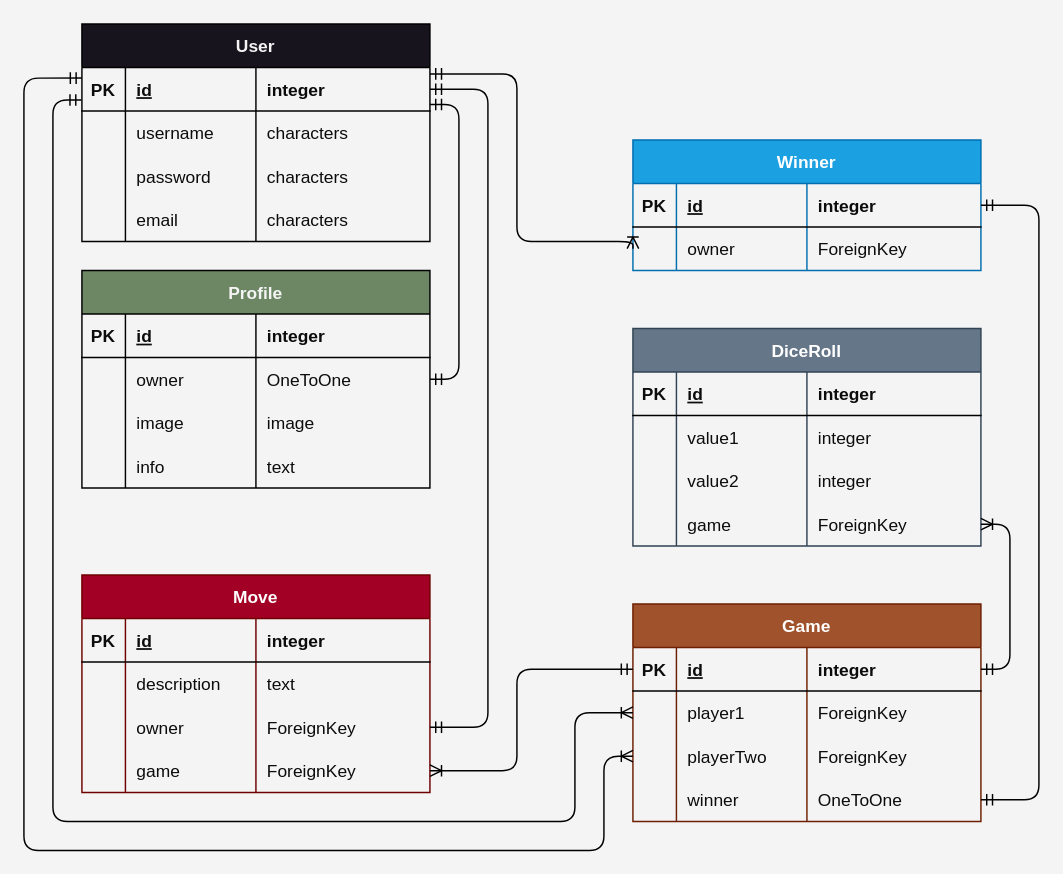
Above: docs/assets/erd.drawio in DaveyJH/backgammon-back-end (draw.io), before the change. Source tidied: cells renumbered, new cells numbered last; positions are measured from the earlier drawing's top-left corner, leaving out a move shared by most shapes. Both pictures are drawn from the tidied source at 145%, with x=0, y=0 at pixel (23, 23).
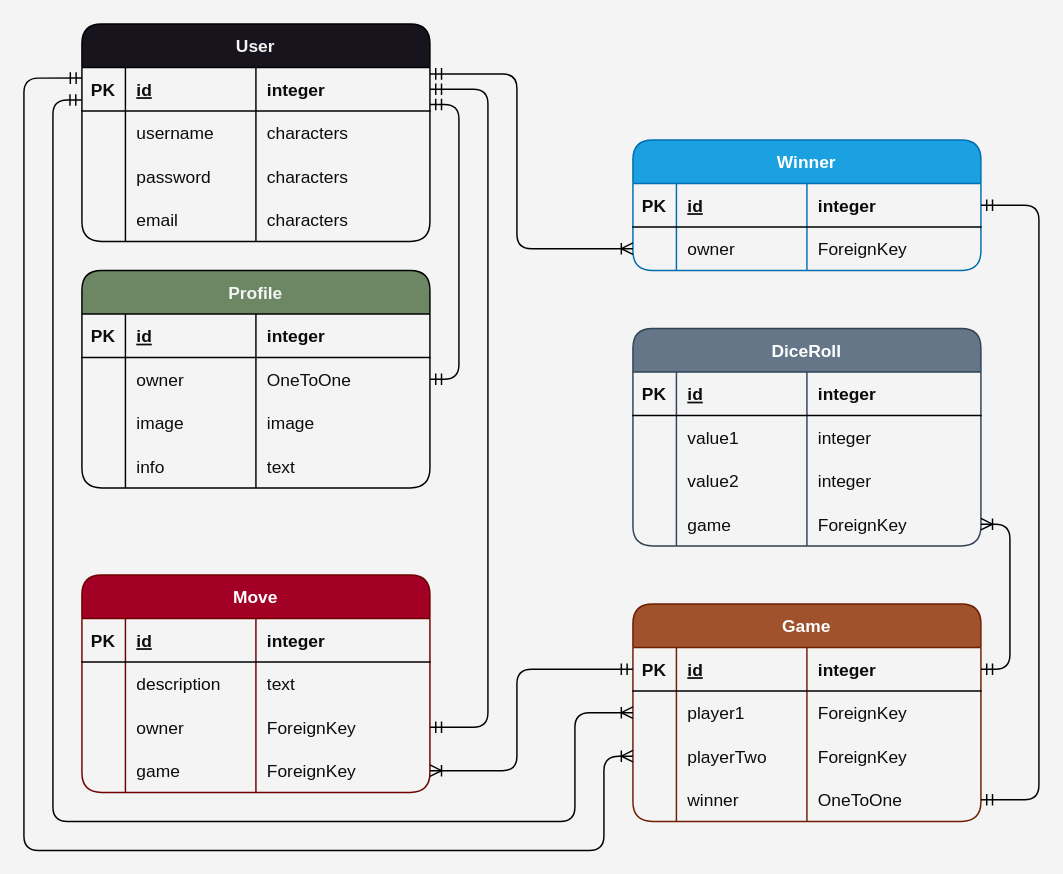
After the change.

Unchanged cells that the change refers to:
```xml
<mxCell id="21" style="shape=tableRow;horizontal=0;startSize=0;swimlaneHead=0;swimlaneBody=0;fillColor=none;points=[[0,0.5],[1,0.5]];portConstraint=eastwest;top=0;left=0;right=0;bottom=1;strokeColor=#000000;fontColor=#0d0c0c;labelBackgroundColor=none;" parent="20" vertex="1">
  <mxGeometry y="30" width="240" height="30" as="geometry" />
</mxCell>
<mxCell id="59" style="shape=tableRow;horizontal=0;startSize=0;swimlaneHead=0;swimlaneBody=0;fillColor=none;points=[[0,0.5],[1,0.5]];portConstraint=eastwest;top=0;left=0;right=0;bottom=0;strokeColor=#000000;fontColor=#0d0c0c;labelBackgroundColor=none;" parent="54" vertex="1">
  <mxGeometry y="60" width="240" height="30" as="geometry" />
</mxCell>
```

Diff of the diagram source:
```diff
@@
-    <mxCell id="3" value="Profile" style="shape=table;startSize=30;childLayout=tableLayout;rowLines=0;fontStyle=1;align=center;fillColor=#6d8764;fontColor=#F4F4F4;strokeColor=#000000;labelBackgroundColor=none;" parent="1" vertex="1">
+    <mxCell id="3" value="Profile" style="shape=table;startSize=30;childLayout=tableLayout;rowLines=0;fontStyle=1;align=center;fillColor=#6d8764;fontColor=#F4F4F4;strokeColor=#000000;labelBackgroundColor=none;rounded=1;" parent="1" vertex="1">
       <mxGeometry x="40" y="170" width="240" height="150" as="geometry" />
     </mxCell>
@@
-    <mxCell id="20" value="User" style="shape=table;startSize=30;childLayout=tableLayout;rowLines=0;fontStyle=1;align=center;labelBackgroundColor=none;strokeColor=#000000;fillColor=#18141D;fontColor=#F4F4F4;" parent="1" vertex="1">
+    <mxCell id="20" value="User" style="shape=table;startSize=30;childLayout=tableLayout;rowLines=0;fontStyle=1;align=center;labelBackgroundColor=none;strokeColor=#000000;fillColor=#18141D;fontColor=#F4F4F4;rounded=1;" parent="1" vertex="1">
       <mxGeometry x="40" width="240" height="150" as="geometry" />
     </mxCell>
@@
-    <mxCell id="37" value="DiceRoll" style="shape=table;startSize=30;childLayout=tableLayout;rowLines=0;fontStyle=1;align=center;strokeColor=#314354;labelBackgroundColor=none;fillColor=#647687;fontColor=#ffffff;" parent="1" vertex="1">
+    <mxCell id="37" value="DiceRoll" style="shape=table;startSize=30;childLayout=tableLayout;rowLines=0;fontStyle=1;align=center;strokeColor=#314354;labelBackgroundColor=none;fillColor=#647687;fontColor=#ffffff;perimeterSpacing=0;rounded=1;" parent="1" vertex="1">
       <mxGeometry x="420" y="210" width="240" height="150" as="geometry" />
     </mxCell>
@@
-    <mxCell id="54" value="Winner" style="shape=table;startSize=30;childLayout=tableLayout;rowLines=0;fontStyle=1;align=center;strokeColor=#006EAF;labelBackgroundColor=none;fillColor=#1ba1e2;fontColor=#ffffff;" parent="1" vertex="1">
+    <mxCell id="54" value="Winner" style="shape=table;startSize=30;childLayout=tableLayout;rowLines=0;fontStyle=1;align=center;strokeColor=#006EAF;labelBackgroundColor=none;fillColor=#1ba1e2;fontColor=#ffffff;rounded=1;" parent="1" vertex="1">
       <mxGeometry x="420" y="80" width="240" height="90" as="geometry" />
     </mxCell>
@@
     <mxCell id="63" style="edgeStyle=orthogonalEdgeStyle;html=1;exitX=0;exitY=0.5;exitDx=0;exitDy=0;labelBackgroundColor=none;strokeColor=#000000;fontColor=#000000;startArrow=ERoneToMany;startFill=0;endArrow=ERmandOne;endFill=0;entryX=1;entryY=0.149;entryDx=0;entryDy=0;entryPerimeter=0;" parent="1" edge="1" source="59" target="21">
       <mxGeometry relative="1" as="geometry">
         <Array as="points">
-          <mxPoint x="420" y="150" />
-          <mxPoint x="340" y="150" />
+          <mxPoint x="340" y="155" />
           <mxPoint x="340" y="35" />
         </Array>
       </mxGeometry>
     </mxCell>
-    <mxCell id="64" value="Game" style="shape=table;startSize=30;childLayout=tableLayout;rowLines=0;fontStyle=1;align=center;fillColor=#a0522d;fontColor=#ffffff;strokeColor=#6D1F00;labelBackgroundColor=none;" parent="1" vertex="1">
+    <mxCell id="64" value="Game" style="shape=table;startSize=30;childLayout=tableLayout;rowLines=0;fontStyle=1;align=center;fillColor=#a0522d;fontColor=#ffffff;strokeColor=#6D1F00;labelBackgroundColor=none;rounded=1;" parent="1" vertex="1">
       <mxGeometry x="420" y="400" width="240" height="150" as="geometry" />
     </mxCell>
@@
-    <mxCell id="83" value="Move" style="shape=table;startSize=30;childLayout=tableLayout;rowLines=0;fontStyle=1;align=center;strokeColor=#6F0000;labelBackgroundColor=none;fillColor=#a20025;fontColor=#ffffff;" parent="1" vertex="1">
+    <mxCell id="83" value="Move" style="shape=table;startSize=30;childLayout=tableLayout;rowLines=0;fontStyle=1;align=center;strokeColor=#6F0000;labelBackgroundColor=none;fillColor=#a20025;fontColor=#ffffff;rounded=1;" parent="1" vertex="1">
       <mxGeometry x="40" y="380" width="240" height="150" as="geometry" />
     </mxCell>
```
